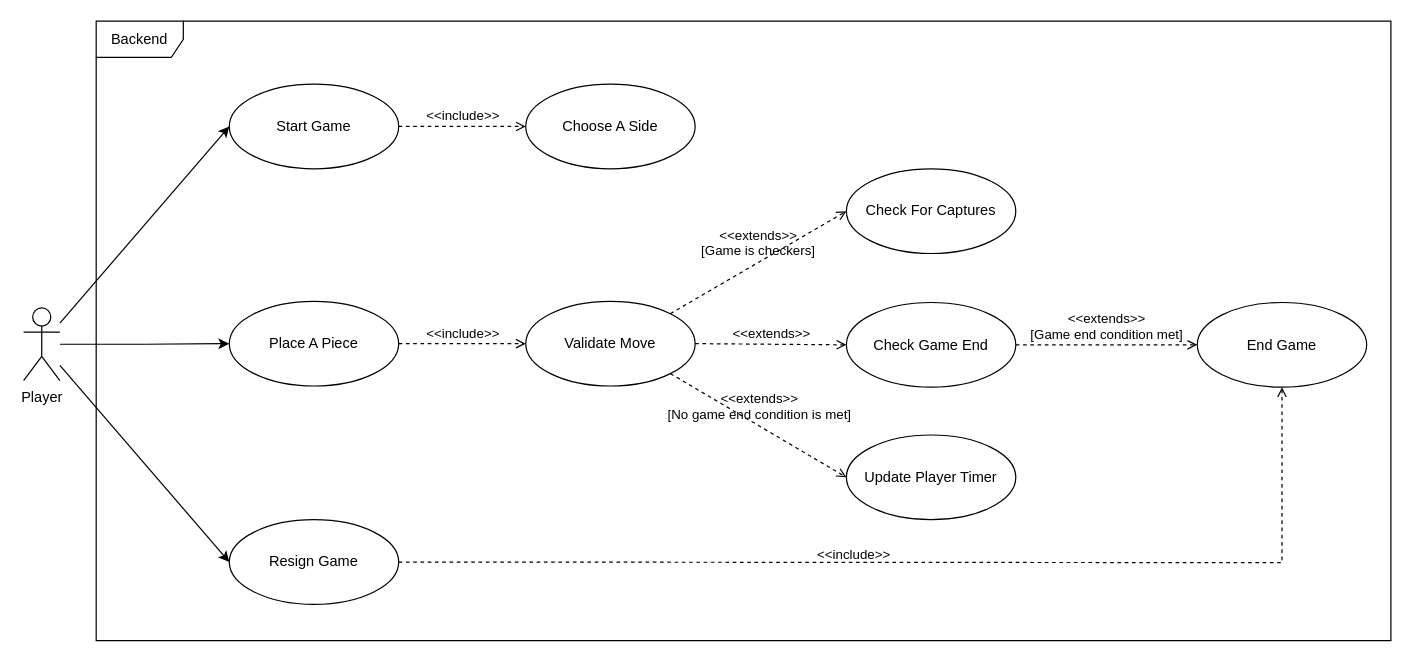
Before: Iteration_1/Backend/backend_use_case_diagram.drawio in m-yoon02/Condensation, a draw.io diagram. Source tidied: cells renumbered, new cells numbered last; positions are measured from the earlier drawing's top-left corner, leaving out a move shared by most shapes. Both pictures are drawn from the tidied source at 121%, with x=0, y=0 at pixel (23, 21).
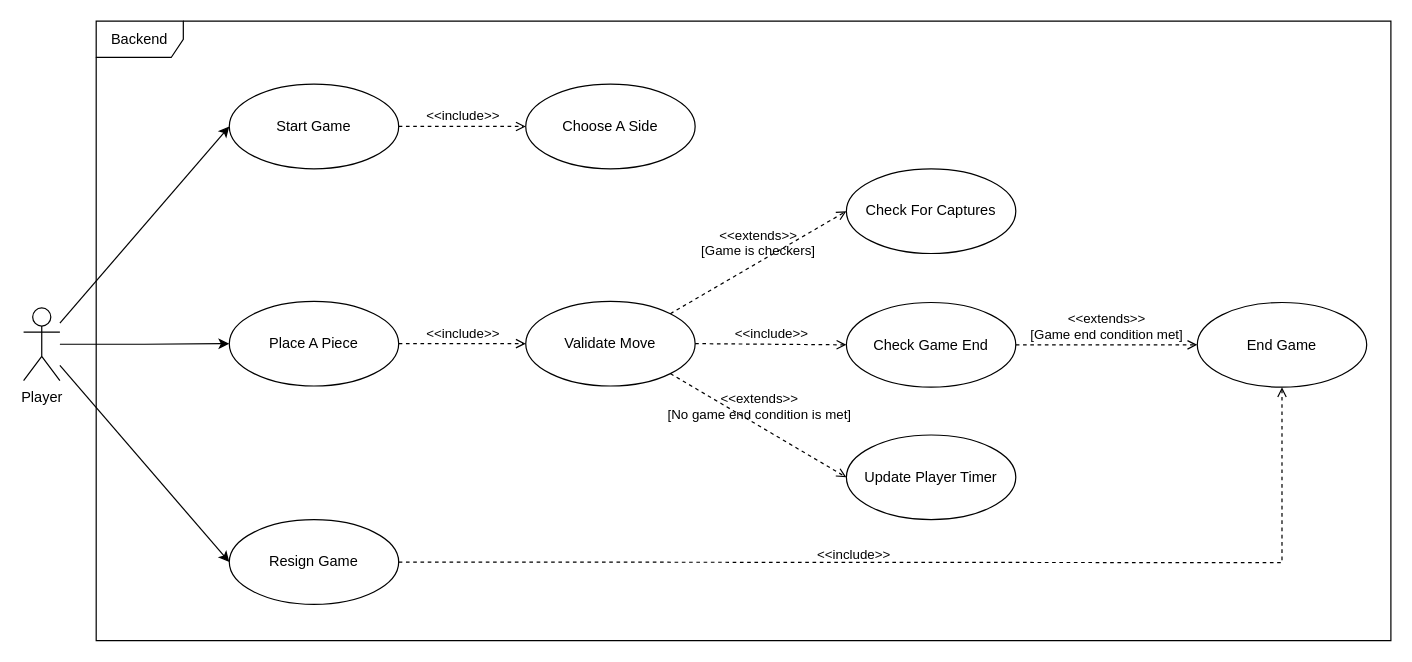
The same page after the edit.

Commit message:
Extends -> include

Unchanged cells that the change refers to:
```xml
<mxCell id="11" value="Validate Move" style="ellipse;whiteSpace=wrap;html=1;" parent="1" vertex="1">
  <mxGeometry x="415" y="231.5" width="140" height="70" as="geometry" />
</mxCell>
<mxCell id="13" value="Check Game End" style="ellipse;whiteSpace=wrap;html=1;" parent="1" vertex="1">
  <mxGeometry x="680" y="232.5" width="140" height="70" as="geometry" />
</mxCell>
```

Change to the diagram source:
```diff
@@
-    <mxCell id="14" value="&lt;div&gt;&amp;lt;&amp;lt;extends&amp;gt;&amp;gt;&lt;/div&gt;" style="html=1;verticalAlign=bottom;labelBackgroundColor=none;endArrow=open;endFill=0;dashed=1;rounded=0;exitX=1;exitY=0.5;exitDx=0;exitDy=0;entryX=0;entryY=0.5;entryDx=0;entryDy=0;" parent="1" edge="1" source="11" target="13">
+    <mxCell id="14" value="&lt;div&gt;&amp;lt;&amp;lt;include&amp;gt;&amp;gt;&lt;/div&gt;" style="html=1;verticalAlign=bottom;labelBackgroundColor=none;endArrow=open;endFill=0;dashed=1;rounded=0;exitX=1;exitY=0.5;exitDx=0;exitDy=0;entryX=0;entryY=0.5;entryDx=0;entryDy=0;" parent="1" edge="1" source="11" target="13">
       <mxGeometry relative="1" as="geometry" />
     </mxCell>
```
